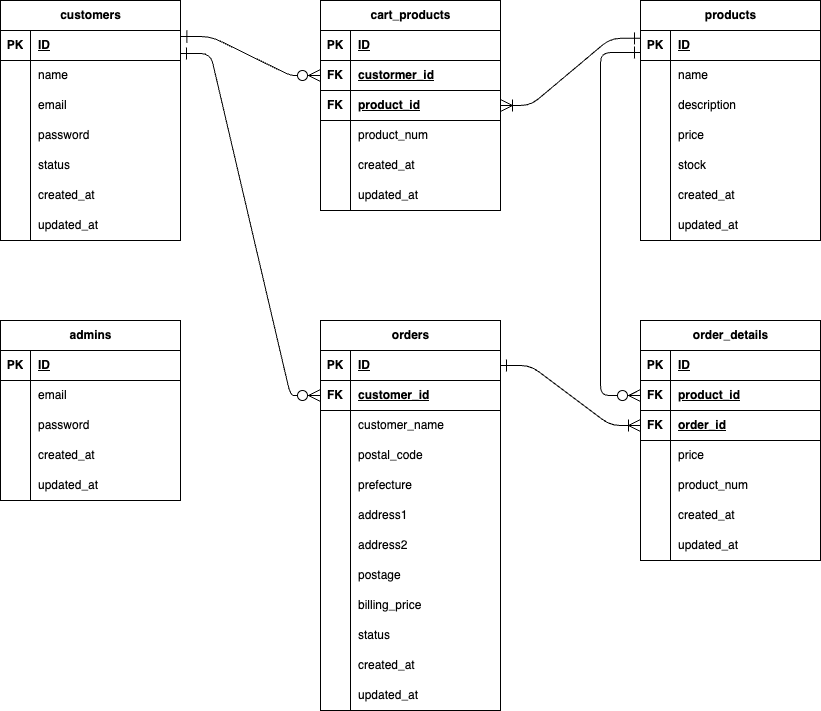
yamaga-shu/rails-ec keeps this draw.io diagram as .docs/er_diagram.drawio.png. Above is the earlier version. Source tidied: cells renumbered, new cells last; positions are measured from the earlier drawing's top-left corner, leaving out a move shared by most shapes.
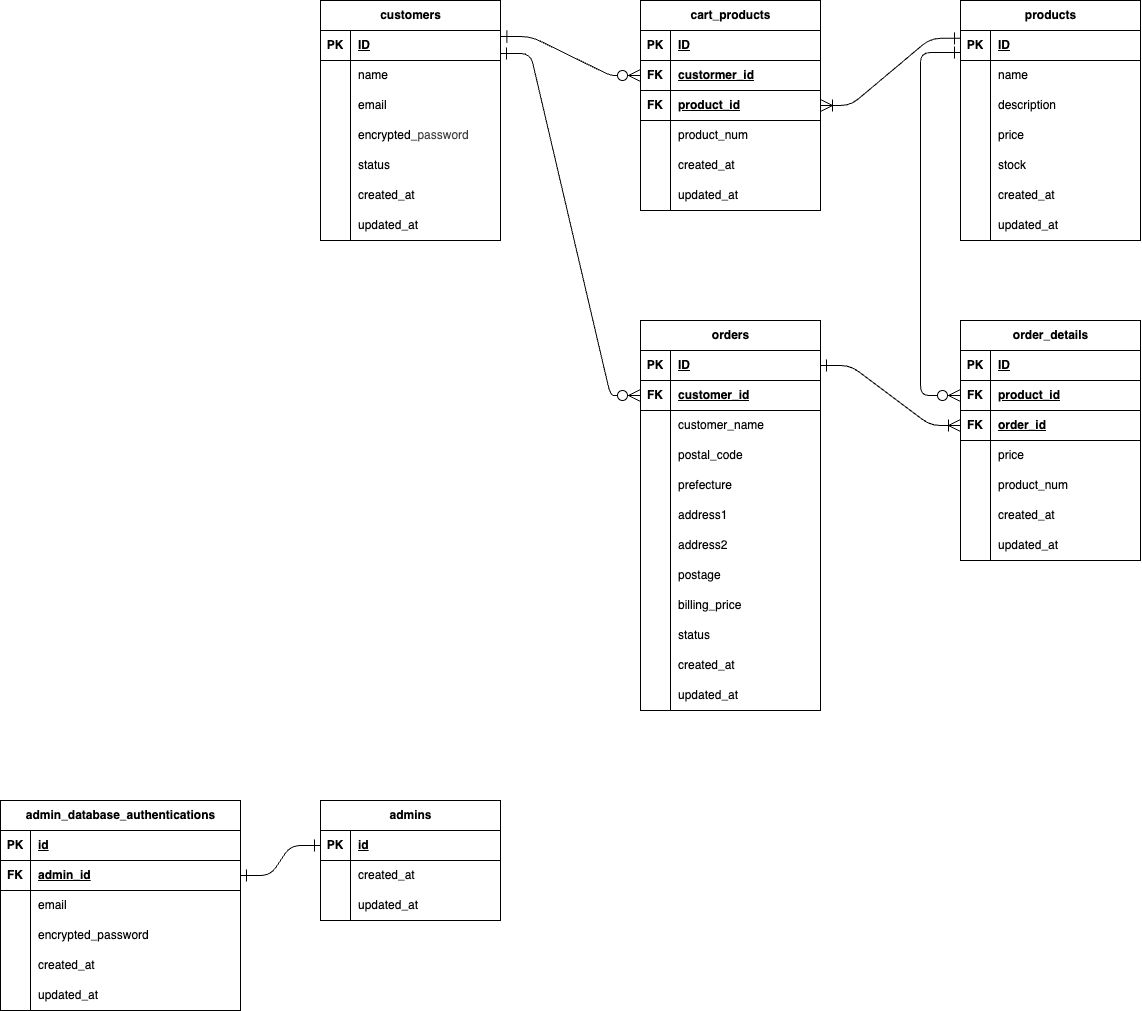
After the change.

Commit message:
Update ER diagram for minimal auth by `devise`

Diff of the diagram source:
```diff
@@ -38,7 +38,7 @@
     <mxCell id="13" style="shape=partialRectangle;fillColor=none;top=0;left=0;bottom=0;right=0;overflow=hidden;whiteSpace=wrap;html=1;" parent="12" vertex="1">
       <mxGeometry width="30" height="30" as="geometry" />
     </mxCell>
-    <mxCell id="14" value="password" style="shape=partialRectangle;fillColor=none;top=0;left=0;bottom=0;right=0;align=left;spacingLeft=6;overflow=hidden;whiteSpace=wrap;html=1;" parent="12" vertex="1">
+    <mxCell id="14" value="encrypted_&lt;span style=&quot;color: rgb(63, 63, 63); background-color: transparent;&quot;&gt;password&lt;/span&gt;" style="shape=partialRectangle;fillColor=none;top=0;left=0;bottom=0;right=0;align=left;spacingLeft=6;overflow=hidden;whiteSpace=wrap;html=1;" parent="12" vertex="1">
       <mxGeometry x="30" width="150" height="30" as="geometry" />
     </mxCell>
     <mxCell id="15" style="shape=tableRow;horizontal=0;startSize=0;swimlaneHead=0;swimlaneBody=0;fillColor=none;top=0;left=0;right=0;bottom=0;" parent="2" vertex="1">
@@ -391,7 +391,7 @@
       <mxGeometry relative="1" as="geometry" />
     </mxCell>
     <mxCell id="129" value="admins" style="shape=table;startSize=30;rowLines=0;fontStyle=1;align=center;html=1;" parent="1" vertex="1">
-      <mxGeometry y="320" width="180" height="180" as="geometry" />
+      <mxGeometry y="800" width="180" height="120" as="geometry" />
     </mxCell>
     <mxCell id="130" style="shape=tableRow;horizontal=0;startSize=0;swimlaneHead=0;swimlaneBody=0;fillColor=none;points=[[0,0.5],[1,0.5]];portConstraint=eastwest;top=0;left=0;right=0;bottom=1;" parent="129" vertex="1">
       <mxGeometry y="30" width="180" height="30" as="geometry" />
@@ -399,29 +399,11 @@
     <mxCell id="131" value="PK" style="shape=partialRectangle;fillColor=none;top=0;left=0;bottom=0;right=0;fontStyle=1;overflow=hidden;whiteSpace=wrap;html=1;" parent="130" vertex="1">
       <mxGeometry width="30" height="30" as="geometry" />
     </mxCell>
-    <mxCell id="132" value="ID" style="shape=partialRectangle;fillColor=none;top=0;left=0;bottom=0;right=0;align=left;spacingLeft=6;fontStyle=5;overflow=hidden;whiteSpace=wrap;html=1;" parent="130" vertex="1">
+    <mxCell id="132" value="id" style="shape=partialRectangle;fillColor=none;top=0;left=0;bottom=0;right=0;align=left;spacingLeft=6;fontStyle=5;overflow=hidden;whiteSpace=wrap;html=1;" parent="130" vertex="1">
       <mxGeometry x="30" width="150" height="30" as="geometry" />
     </mxCell>
-    <mxCell id="133" style="shape=tableRow;horizontal=0;startSize=0;swimlaneHead=0;swimlaneBody=0;fillColor=none;top=0;left=0;right=0;bottom=0;" parent="129" vertex="1">
-      <mxGeometry y="60" width="180" height="30" as="geometry" />
-    </mxCell>
-    <mxCell id="134" style="shape=partialRectangle;fillColor=none;top=0;left=0;bottom=0;right=0;overflow=hidden;whiteSpace=wrap;html=1;" parent="133" vertex="1">
-      <mxGeometry width="30" height="30" as="geometry" />
-    </mxCell>
-    <mxCell id="135" value="email" style="shape=partialRectangle;fillColor=none;top=0;left=0;bottom=0;right=0;align=left;spacingLeft=6;overflow=hidden;whiteSpace=wrap;html=1;" parent="133" vertex="1">
-      <mxGeometry x="30" width="150" height="30" as="geometry" />
-    </mxCell>
-    <mxCell id="136" style="shape=tableRow;horizontal=0;startSize=0;swimlaneHead=0;swimlaneBody=0;fillColor=none;top=0;left=0;right=0;bottom=0;" parent="129" vertex="1">
-      <mxGeometry y="90" width="180" height="30" as="geometry" />
-    </mxCell>
-    <mxCell id="137" style="shape=partialRectangle;fillColor=none;top=0;left=0;bottom=0;right=0;overflow=hidden;whiteSpace=wrap;html=1;" parent="136" vertex="1">
-      <mxGeometry width="30" height="30" as="geometry" />
-    </mxCell>
-    <mxCell id="138" value="password" style="shape=partialRectangle;fillColor=none;top=0;left=0;bottom=0;right=0;align=left;spacingLeft=6;overflow=hidden;whiteSpace=wrap;html=1;" parent="136" vertex="1">
-      <mxGeometry x="30" width="150" height="30" as="geometry" />
-    </mxCell>
     <mxCell id="139" style="shape=tableRow;horizontal=0;startSize=0;swimlaneHead=0;swimlaneBody=0;fillColor=none;top=0;left=0;right=0;bottom=0;" parent="129" vertex="1">
-      <mxGeometry y="120" width="180" height="30" as="geometry" />
+      <mxGeometry y="60" width="180" height="30" as="geometry" />
     </mxCell>
     <mxCell id="140" style="shape=partialRectangle;fillColor=none;top=0;left=0;bottom=0;right=0;overflow=hidden;whiteSpace=wrap;html=1;" parent="139" vertex="1">
       <mxGeometry width="30" height="30" as="geometry" />
@@ -430,7 +412,7 @@
       <mxGeometry x="30" width="150" height="30" as="geometry" />
     </mxCell>
     <mxCell id="142" style="shape=tableRow;horizontal=0;startSize=0;swimlaneHead=0;swimlaneBody=0;fillColor=none;top=0;left=0;right=0;bottom=0;" parent="129" vertex="1">
-      <mxGeometry y="150" width="180" height="30" as="geometry" />
+      <mxGeometry y="90" width="180" height="30" as="geometry" />
     </mxCell>
     <mxCell id="143" style="shape=partialRectangle;fillColor=none;top=0;left=0;bottom=0;right=0;overflow=hidden;whiteSpace=wrap;html=1;" parent="142" vertex="1">
       <mxGeometry width="30" height="30" as="geometry" />
@@ -438,5 +420,65 @@
     <mxCell id="144" value="updated_at" style="shape=partialRectangle;fillColor=none;top=0;left=0;bottom=0;right=0;align=left;spacingLeft=6;overflow=hidden;whiteSpace=wrap;html=1;" parent="142" vertex="1">
       <mxGeometry x="30" width="150" height="30" as="geometry" />
     </mxCell>
+    <mxCell id="145" value="admin_database_authentications" style="shape=table;startSize=30;rowLines=0;fontStyle=1;align=center;html=1;" parent="1" vertex="1">
+      <mxGeometry x="-320" y="800" width="240" height="210" as="geometry" />
+    </mxCell>
+    <mxCell id="146" style="shape=tableRow;horizontal=0;startSize=0;swimlaneHead=0;swimlaneBody=0;fillColor=none;top=0;left=0;right=0;bottom=1;" parent="145" vertex="1">
+      <mxGeometry y="30" width="240" height="30" as="geometry" />
+    </mxCell>
+    <mxCell id="147" value="PK" style="shape=partialRectangle;fillColor=none;top=0;left=0;bottom=0;right=0;fontStyle=1;overflow=hidden;whiteSpace=wrap;html=1;" parent="146" vertex="1">
+      <mxGeometry width="30" height="30" as="geometry" />
+    </mxCell>
+    <mxCell id="148" value="id" style="shape=partialRectangle;fillColor=none;top=0;left=0;bottom=0;right=0;align=left;spacingLeft=6;fontStyle=5;overflow=hidden;whiteSpace=wrap;html=1;" parent="146" vertex="1">
+      <mxGeometry x="30" width="210" height="30" as="geometry" />
+    </mxCell>
+    <mxCell id="149" style="shape=tableRow;horizontal=0;startSize=0;swimlaneHead=0;swimlaneBody=0;fillColor=none;points=[[0,0.5],[1,0.5]];portConstraint=eastwest;top=0;left=0;right=0;bottom=1;" parent="145" vertex="1">
+      <mxGeometry y="60" width="240" height="30" as="geometry" />
+    </mxCell>
+    <mxCell id="150" value="FK" style="shape=partialRectangle;fillColor=none;top=0;left=0;bottom=0;right=0;fontStyle=1;overflow=hidden;whiteSpace=wrap;html=1;" parent="149" vertex="1">
+      <mxGeometry width="30" height="30" as="geometry" />
+    </mxCell>
+    <mxCell id="151" value="admin_id" style="shape=partialRectangle;fillColor=none;top=0;left=0;bottom=0;right=0;align=left;spacingLeft=6;fontStyle=5;overflow=hidden;whiteSpace=wrap;html=1;" parent="149" vertex="1">
+      <mxGeometry x="30" width="210" height="30" as="geometry" />
+    </mxCell>
+    <mxCell id="152" style="shape=tableRow;horizontal=0;startSize=0;swimlaneHead=0;swimlaneBody=0;fillColor=none;top=0;left=0;right=0;bottom=0;" parent="145" vertex="1">
+      <mxGeometry y="90" width="240" height="30" as="geometry" />
+    </mxCell>
+    <mxCell id="153" style="shape=partialRectangle;fillColor=none;top=0;left=0;bottom=0;right=0;overflow=hidden;whiteSpace=wrap;html=1;" parent="152" vertex="1">
+      <mxGeometry width="30" height="30" as="geometry" />
+    </mxCell>
+    <mxCell id="135" value="email" style="shape=partialRectangle;fillColor=none;top=0;left=0;bottom=0;right=0;align=left;spacingLeft=6;overflow=hidden;whiteSpace=wrap;html=1;" parent="152" vertex="1">
+      <mxGeometry x="30" width="210" height="30" as="geometry" />
+    </mxCell>
+    <mxCell id="154" style="shape=tableRow;horizontal=0;startSize=0;swimlaneHead=0;swimlaneBody=0;fillColor=none;top=0;left=0;right=0;bottom=0;" parent="145" vertex="1">
+      <mxGeometry y="120" width="240" height="30" as="geometry" />
+    </mxCell>
+    <mxCell id="155" style="shape=partialRectangle;fillColor=none;top=0;left=0;bottom=0;right=0;overflow=hidden;whiteSpace=wrap;html=1;" parent="154" vertex="1">
+      <mxGeometry width="30" height="30" as="geometry" />
+    </mxCell>
+    <mxCell id="156" value="encrypted_password" style="shape=partialRectangle;fillColor=none;top=0;left=0;bottom=0;right=0;align=left;spacingLeft=6;overflow=hidden;whiteSpace=wrap;html=1;" parent="154" vertex="1">
+      <mxGeometry x="30" width="210" height="30" as="geometry" />
+    </mxCell>
+    <mxCell id="157" style="shape=tableRow;horizontal=0;startSize=0;swimlaneHead=0;swimlaneBody=0;fillColor=none;top=0;left=0;right=0;bottom=0;" parent="145" vertex="1">
+      <mxGeometry y="150" width="240" height="30" as="geometry" />
+    </mxCell>
+    <mxCell id="158" style="shape=partialRectangle;fillColor=none;top=0;left=0;bottom=0;right=0;overflow=hidden;whiteSpace=wrap;html=1;" parent="157" vertex="1">
+      <mxGeometry width="30" height="30" as="geometry" />
+    </mxCell>
+    <mxCell id="159" value="created_at" style="shape=partialRectangle;fillColor=none;top=0;left=0;bottom=0;right=0;align=left;spacingLeft=6;overflow=hidden;whiteSpace=wrap;html=1;" parent="157" vertex="1">
+      <mxGeometry x="30" width="210" height="30" as="geometry" />
+    </mxCell>
+    <mxCell id="160" style="shape=tableRow;horizontal=0;startSize=0;swimlaneHead=0;swimlaneBody=0;fillColor=none;top=0;left=0;right=0;bottom=0;" parent="145" vertex="1">
+      <mxGeometry y="180" width="240" height="30" as="geometry" />
+    </mxCell>
+    <mxCell id="161" style="shape=partialRectangle;fillColor=none;top=0;left=0;bottom=0;right=0;overflow=hidden;whiteSpace=wrap;html=1;" parent="160" vertex="1">
+      <mxGeometry width="30" height="30" as="geometry" />
+    </mxCell>
+    <mxCell id="162" value="updated_at" style="shape=partialRectangle;fillColor=none;top=0;left=0;bottom=0;right=0;align=left;spacingLeft=6;overflow=hidden;whiteSpace=wrap;html=1;" parent="160" vertex="1">
+      <mxGeometry x="30" width="210" height="30" as="geometry" />
+    </mxCell>
+    <mxCell id="163" style="endArrow=ERone;html=1;entryX=0;entryY=0.5;entryDx=0;entryDy=0;exitX=1;exitY=0.5;exitDx=0;exitDy=0;edgeStyle=entityRelationEdgeStyle;startArrow=ERone;startFill=0;endFill=0;endSize=10;startSize=10;" parent="1" edge="1" source="149" target="130">
+      <mxGeometry relative="1" as="geometry" />
+    </mxCell>
   </root>
 </mxGraphModel>
```
